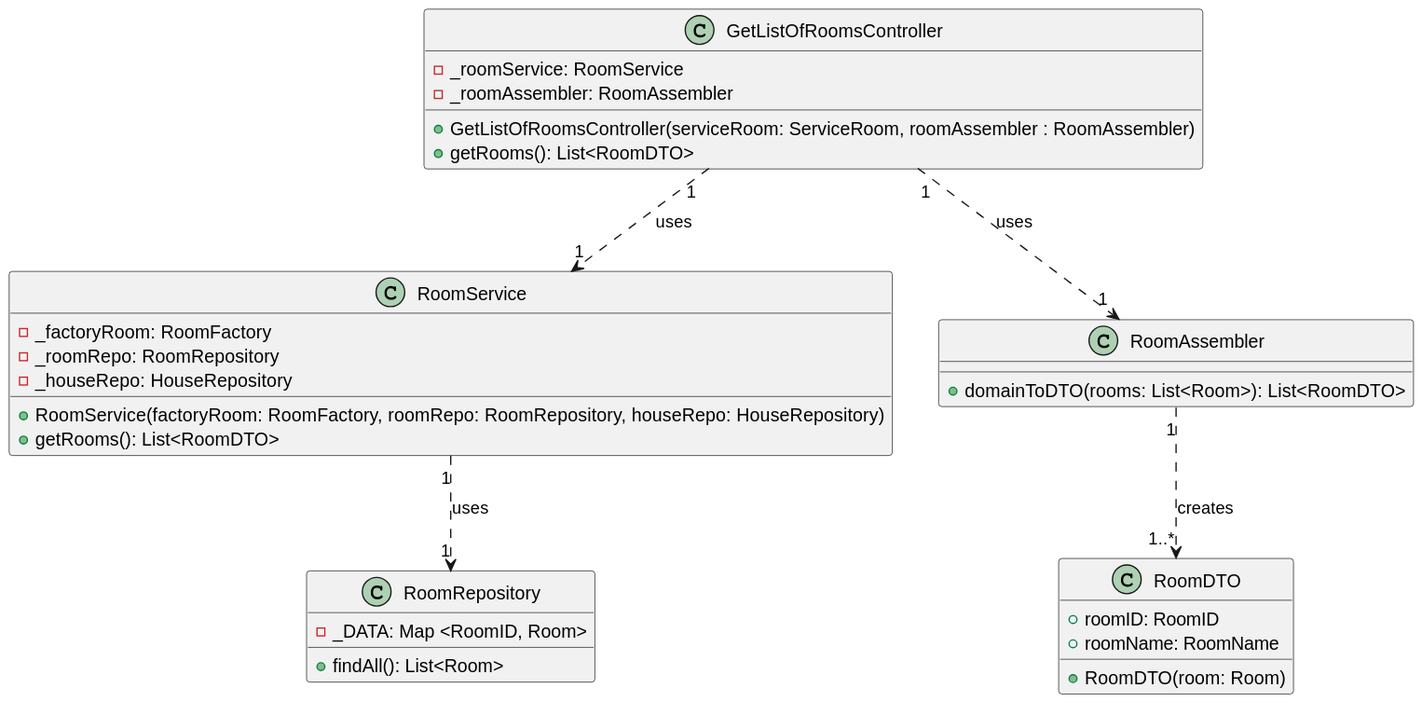
This is docs/userStories/us03/artifacts/US03CD.svg from olivDiogo/SmartHome, a PlantUML export, as it was before one commit. Its diagram source:
```plantuml
@startuml

class GetListOfRoomsController{
- _roomService: RoomService
- _roomAssembler: RoomAssembler
+GetListOfRoomsController(serviceRoom: ServiceRoom, roomAssembler : RoomAssembler)
+getRooms(): List<RoomDTO>
}

class RoomService{
- _factoryRoom: RoomFactory
- _roomRepo: RoomRepository
- _houseRepo: HouseRepository
+RoomService(factoryRoom: RoomFactory, roomRepo: RoomRepository, houseRepo: HouseRepository)
+getRooms(): List<RoomDTO>
}


class RoomRepository{
- _DATA: Map <RoomID, Room>
+findAll(): List<Room>
}

class RoomAssembler{
+domainToDTO(rooms: List<Room>): List<RoomDTO>
}

class RoomDTO{
+roomID: RoomID
+roomName: RoomName
+RoomDTO(room: Room)
}

GetListOfRoomsController "1" ..> "1" RoomService: uses
RoomService "1" ..> "1" RoomRepository: uses
GetListOfRoomsController "1" ..> "1" RoomAssembler: uses
RoomAssembler "1" ..> "1..*" RoomDTO: creates
@enduml
```
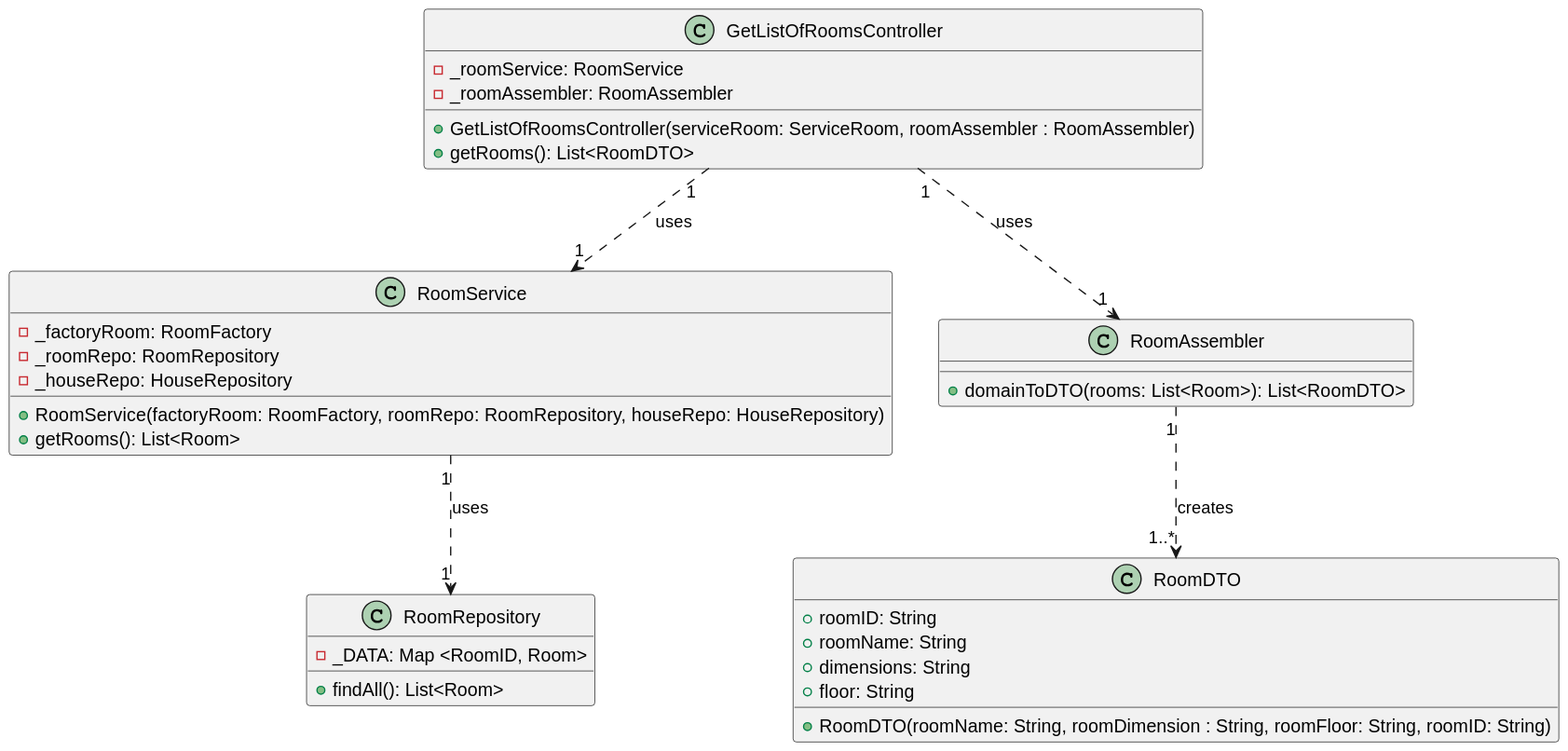
After the change.

Diff of the diagram source:
```diff
@@ -12,7 +12,7 @@
 - _roomRepo: RoomRepository
 - _houseRepo: HouseRepository
 +RoomService(factoryRoom: RoomFactory, roomRepo: RoomRepository, houseRepo: HouseRepository)
-+getRooms(): List<RoomDTO>
++getRooms(): List<Room>
 }
 
 
@@ -26,9 +26,12 @@
 }
 
 class RoomDTO{
-+roomID: RoomID
-+roomName: RoomName
-+RoomDTO(room: Room)
++roomID: String
++roomName: String
++dimensions: String
++floor: String
+
++RoomDTO(roomName: String, roomDimension : String, roomFloor: String, roomID: String)
 }
 
 GetListOfRoomsController "1" ..> "1" RoomService: uses
```
